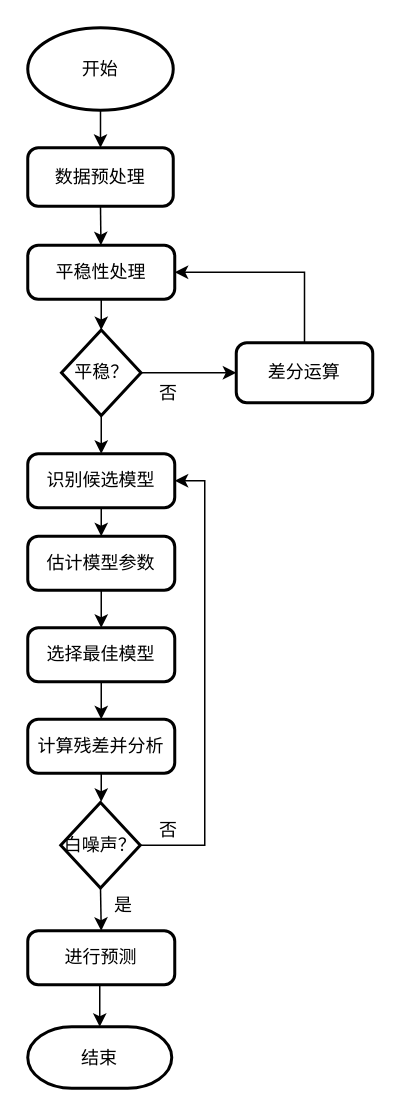
The draw.io diagram 模型 Diagram.drawio in uncleislearning/thinking, before the edit. Source tidied: cells renumbered, new cells numbered last; positions are measured from the earlier drawing's top-left corner, leaving out a move shared by most shapes. Both pictures are drawn from the tidied source at 150%, with x=0, y=0 at pixel (27, 27).
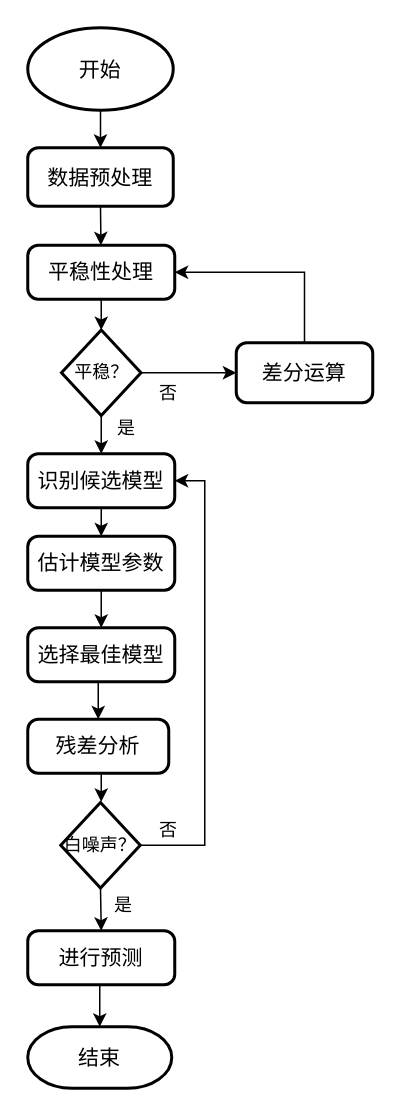
The same diagram, later.

Change to the diagram source:
```diff
@@
-    <mxCell id="3" value="开始" style="strokeWidth=2;html=1;shape=mxgraph.flowchart.start_1;whiteSpace=wrap;" parent="1" vertex="1">
+    <mxCell id="3" value="&lt;font style=&quot;font-size: 14px&quot;&gt;开始&lt;/font&gt;" style="strokeWidth=2;html=1;shape=mxgraph.flowchart.start_1;whiteSpace=wrap;" parent="1" vertex="1">
       <mxGeometry width="97" height="55" as="geometry" />
     </mxCell>
@@
-    <mxCell id="5" value="数据预处理" style="rounded=1;whiteSpace=wrap;html=1;absoluteArcSize=1;arcSize=14;strokeWidth=2;" parent="1" vertex="1">
+    <mxCell id="5" value="&lt;font style=&quot;font-size: 14px&quot;&gt;数据预处理&lt;/font&gt;" style="rounded=1;whiteSpace=wrap;html=1;absoluteArcSize=1;arcSize=14;strokeWidth=2;" parent="1" vertex="1">
       <mxGeometry y="80" width="97" height="39" as="geometry" />
     </mxCell>
@@
-    <mxCell id="7" value="平稳性处理" style="rounded=1;whiteSpace=wrap;html=1;absoluteArcSize=1;arcSize=14;strokeWidth=2;" parent="1" vertex="1">
+    <mxCell id="7" value="&lt;font style=&quot;font-size: 14px&quot;&gt;平稳性处理&lt;/font&gt;" style="rounded=1;whiteSpace=wrap;html=1;absoluteArcSize=1;arcSize=14;strokeWidth=2;" parent="1" vertex="1">
       <mxGeometry y="145" width="98" height="36" as="geometry" />
     </mxCell>
@@
-    <mxCell id="10" value="平稳？" style="strokeWidth=2;html=1;shape=mxgraph.flowchart.decision;whiteSpace=wrap;" parent="1" vertex="1">
+    <mxCell id="10" value="&lt;font style=&quot;font-size: 12px&quot;&gt;平稳？&lt;/font&gt;" style="strokeWidth=2;html=1;shape=mxgraph.flowchart.decision;whiteSpace=wrap;" parent="1" vertex="1">
       <mxGeometry x="22.5" y="201.5" width="53" height="57" as="geometry" />
     </mxCell>
@@
-    <mxCell id="12" value="差分运算" style="rounded=1;whiteSpace=wrap;html=1;absoluteArcSize=1;arcSize=14;strokeWidth=2;" parent="1" vertex="1">
+    <mxCell id="12" value="&lt;font style=&quot;font-size: 14px&quot;&gt;差分运算&lt;/font&gt;" style="rounded=1;whiteSpace=wrap;html=1;absoluteArcSize=1;arcSize=14;strokeWidth=2;" parent="1" vertex="1">
       <mxGeometry x="139" y="210" width="91" height="40" as="geometry" />
     </mxCell>
-    <mxCell id="13" value="否" style="text;html=1;align=left;verticalAlign=top;spacingTop=-4;" parent="1" vertex="1">
+    <mxCell id="13" value="&lt;font style=&quot;font-size: 12px&quot;&gt;否&lt;/font&gt;" style="text;html=1;align=left;verticalAlign=top;spacingTop=-4;" parent="1" vertex="1">
       <mxGeometry x="86" y="234" width="22" height="14" as="geometry" />
     </mxCell>
@@
-    <mxCell id="15" value="识别候选模型" style="rounded=1;whiteSpace=wrap;html=1;absoluteArcSize=1;arcSize=14;strokeWidth=2;" parent="1" vertex="1">
+    <mxCell id="15" value="&lt;font style=&quot;font-size: 14px&quot;&gt;识别候选模型&lt;/font&gt;" style="rounded=1;whiteSpace=wrap;html=1;absoluteArcSize=1;arcSize=14;strokeWidth=2;" parent="1" vertex="1">
       <mxGeometry y="284" width="98" height="36" as="geometry" />
     </mxCell>
@@
-    <mxCell id="17" value="估计模型参数" style="rounded=1;whiteSpace=wrap;html=1;absoluteArcSize=1;arcSize=14;strokeWidth=2;" parent="1" vertex="1">
+    <mxCell id="17" value="&lt;font style=&quot;font-size: 14px&quot;&gt;估计模型参数&lt;/font&gt;" style="rounded=1;whiteSpace=wrap;html=1;absoluteArcSize=1;arcSize=14;strokeWidth=2;" parent="1" vertex="1">
       <mxGeometry y="339" width="98" height="36" as="geometry" />
     </mxCell>
@@
-    <mxCell id="19" value="选择最佳模型" style="rounded=1;whiteSpace=wrap;html=1;absoluteArcSize=1;arcSize=14;strokeWidth=2;" parent="1" vertex="1">
+    <mxCell id="19" value="&lt;font style=&quot;font-size: 14px&quot;&gt;选择最佳模型&lt;/font&gt;" style="rounded=1;whiteSpace=wrap;html=1;absoluteArcSize=1;arcSize=14;strokeWidth=2;" parent="1" vertex="1">
       <mxGeometry y="400" width="98" height="36" as="geometry" />
     </mxCell>
@@
-    <mxCell id="21" value="计算残差并分析" style="rounded=1;whiteSpace=wrap;html=1;absoluteArcSize=1;arcSize=14;strokeWidth=2;" parent="1" vertex="1">
-      <mxGeometry y="461" width="98" height="36" as="geometry" />
+    <mxCell id="21" value="&lt;font style=&quot;font-size: 14px&quot;&gt;残差分析&lt;/font&gt;" style="rounded=1;whiteSpace=wrap;html=1;absoluteArcSize=1;arcSize=14;strokeWidth=2;" parent="1" vertex="1">
+      <mxGeometry y="461" width="94" height="36" as="geometry" />
     </mxCell>
@@
-    <mxCell id="24" value="白噪声？" style="strokeWidth=2;html=1;shape=mxgraph.flowchart.decision;whiteSpace=wrap;" parent="1" vertex="1">
+    <mxCell id="24" value="&lt;font style=&quot;font-size: 12px&quot;&gt;白噪声？&lt;/font&gt;" style="strokeWidth=2;html=1;shape=mxgraph.flowchart.decision;whiteSpace=wrap;" parent="1" vertex="1">
       <mxGeometry x="22" y="516.5" width="53" height="57" as="geometry" />
     </mxCell>
@@
-    <mxCell id="26" value="进行预测" style="rounded=1;whiteSpace=wrap;html=1;absoluteArcSize=1;arcSize=14;strokeWidth=2;" parent="1" vertex="1">
+    <mxCell id="26" value="&lt;font style=&quot;font-size: 14px&quot;&gt;进行预测&lt;/font&gt;" style="rounded=1;whiteSpace=wrap;html=1;absoluteArcSize=1;arcSize=14;strokeWidth=2;" parent="1" vertex="1">
       <mxGeometry y="602" width="98" height="36" as="geometry" />
     </mxCell>
-    <mxCell id="27" value="是" style="text;html=1;align=left;verticalAlign=top;spacingTop=-4;" parent="1" vertex="1">
+    <mxCell id="27" value="&lt;font style=&quot;font-size: 12px&quot;&gt;是&lt;/font&gt;" style="text;html=1;align=left;verticalAlign=top;spacingTop=-4;" parent="1" vertex="1">
       <mxGeometry x="56" y="575" width="22" height="14" as="geometry" />
     </mxCell>
-    <mxCell id="28" value="否" style="text;html=1;align=left;verticalAlign=top;spacingTop=-4;" parent="1" vertex="1">
+    <mxCell id="28" value="&lt;font style=&quot;font-size: 12px&quot;&gt;否&lt;/font&gt;" style="text;html=1;align=left;verticalAlign=top;spacingTop=-4;" parent="1" vertex="1">
       <mxGeometry x="86" y="525" width="22" height="14" as="geometry" />
     </mxCell>
-    <mxCell id="29" value="结束" style="strokeWidth=2;html=1;shape=mxgraph.flowchart.terminator;whiteSpace=wrap;" parent="1" vertex="1">
+    <mxCell id="29" value="&lt;font style=&quot;font-size: 14px&quot;&gt;结束&lt;/font&gt;" style="strokeWidth=2;html=1;shape=mxgraph.flowchart.terminator;whiteSpace=wrap;" parent="1" vertex="1">
       <mxGeometry y="666" width="96" height="41" as="geometry" />
     </mxCell>
+    <mxCell id="30" value="是" style="text;html=1;align=left;verticalAlign=top;spacingTop=-4;" parent="1" vertex="1">
+      <mxGeometry x="58" y="257" width="22" height="14" as="geometry" />
+    </mxCell>
```
